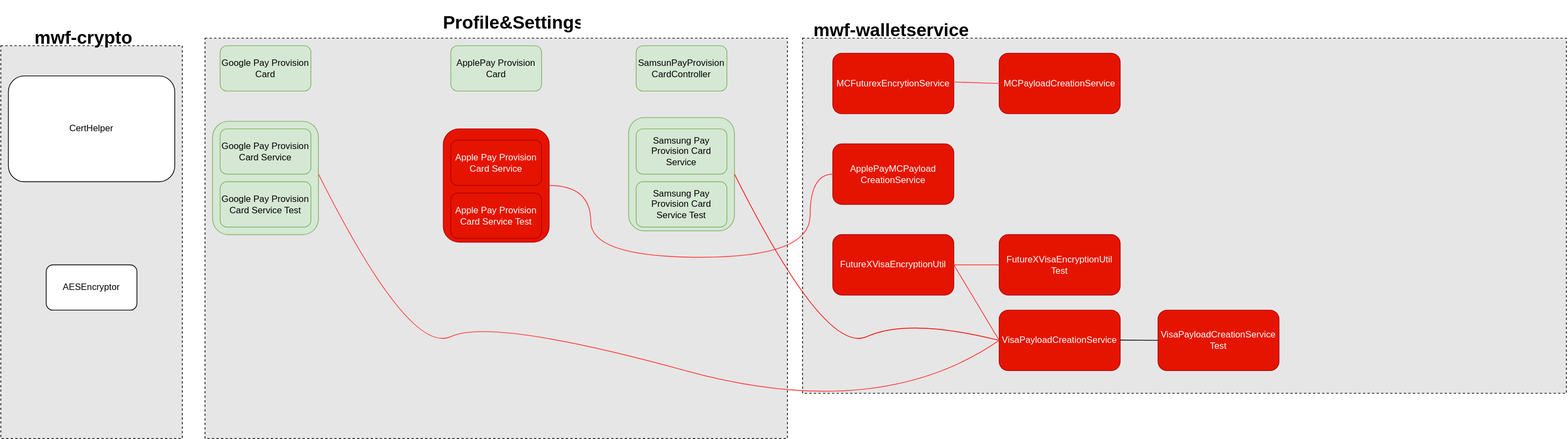
uchiharizvi/design-diagrams keeps this draw.io diagram as Work Samples/WF/Bouncy_Castle_Dependencies_Removal.drawio.svg. Above is the earlier version. Source tidied: cells renumbered, new cells last; positions are measured from the earlier drawing's top-left corner, leaving out a move shared by most shapes.
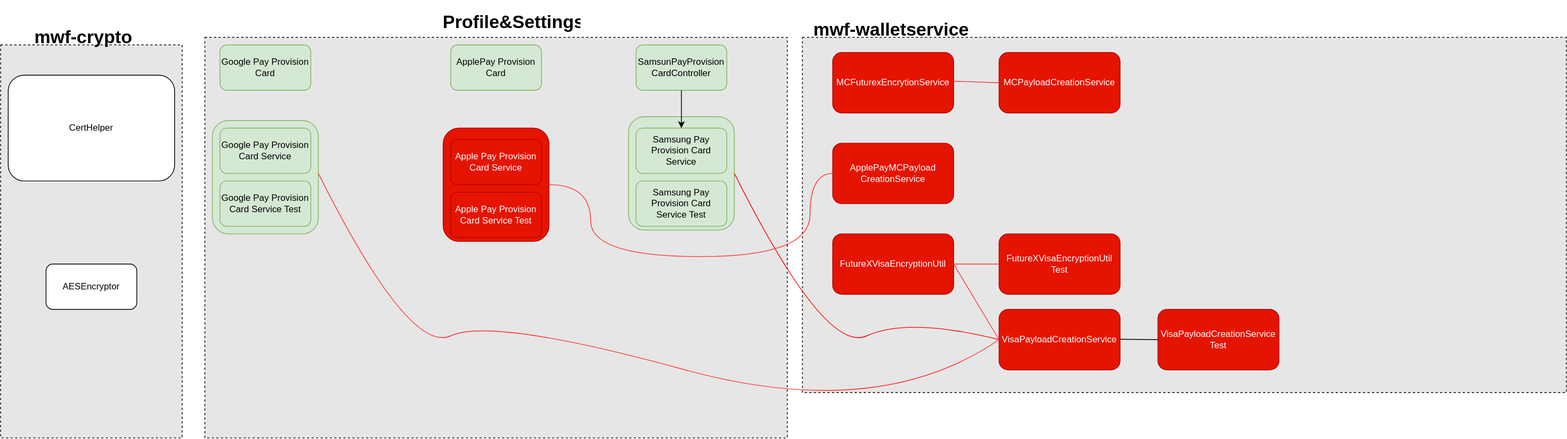
Later version of the same file.

The edit, as a diff of the source:
```diff
@@ -126,5 +126,8 @@
     <mxCell id="35" style="endArrow=none;html=1;rounded=0;exitX=0.993;exitY=0.475;exitDx=0;exitDy=0;exitPerimeter=0;entryX=0;entryY=0.5;entryDx=0;entryDy=0;strokeColor=#FF3333;" parent="1" edge="1" source="14" target="34">
       <mxGeometry relative="1" as="geometry" />
     </mxCell>
+    <mxCell id="36" style="endArrow=classic;html=1;rounded=0;exitX=0.5;exitY=1;exitDx=0;exitDy=0;entryX=0.5;entryY=0;entryDx=0;entryDy=0;" parent="1" edge="1" source="7" target="27">
+      <mxGeometry relative="1" as="geometry" />
+    </mxCell>
   </root>
 </mxGraphModel>
```
